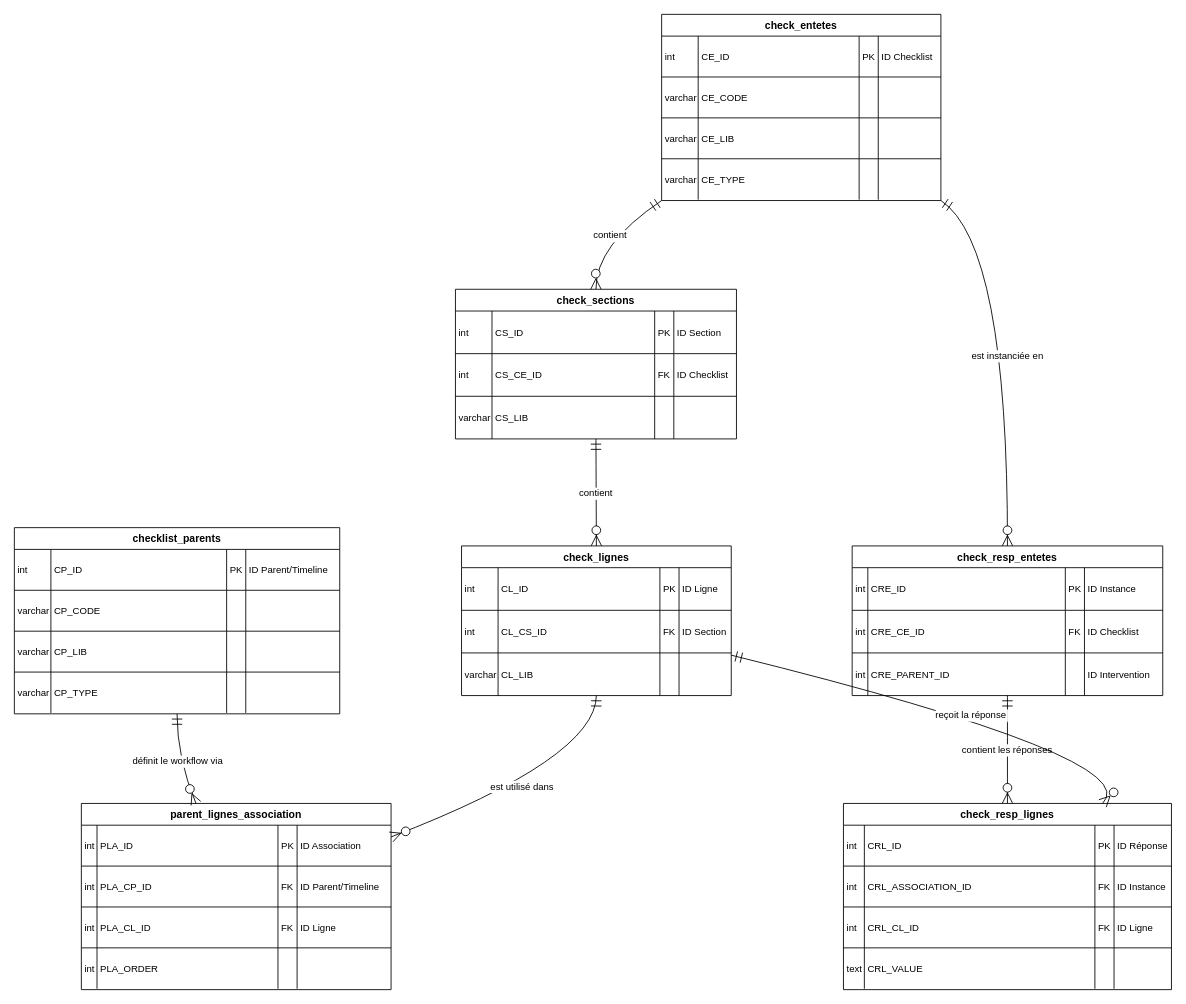
Earlier version of the draw.io diagram flux_parent_checklist.drawio (antikkorps/schema_checklist). Source tidied: cells renumbered, new cells numbered last; positions are measured from the earlier drawing's top-left corner, leaving out a move shared by most shapes. Both pictures are drawn from the tidied source at 87%, with x=0, y=0 at pixel (14, 14).
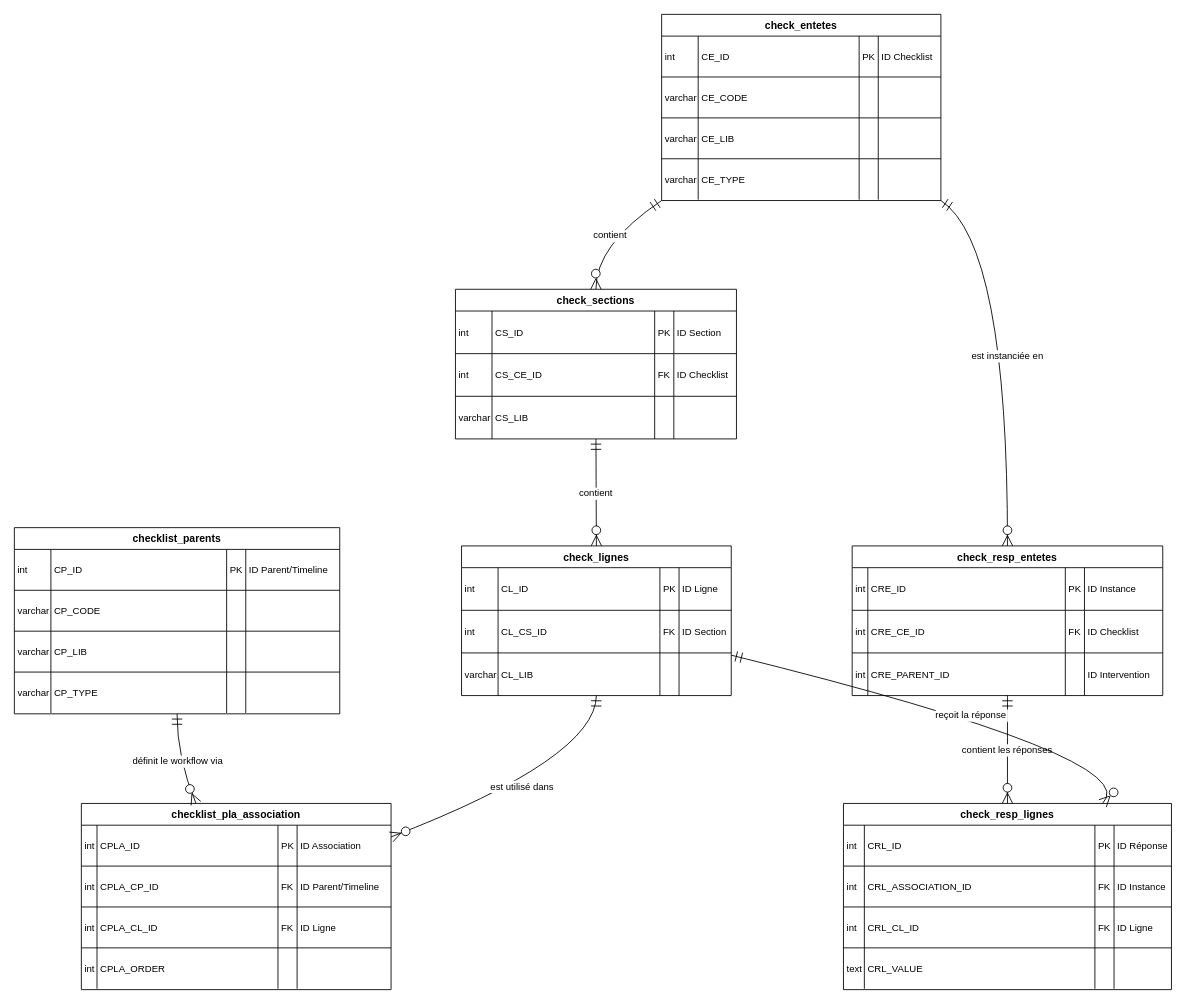
The same page after the edit.

Commit message (it also covers changes not shown here):
Mettre à jour flux_parent_checklist.drawio

The change refers to these unchanged cells:
```xml
<mxCell id="77" style="shape=tableRow;horizontal=0;startSize=0;swimlaneHead=0;swimlaneBody=0;fillColor=none;top=0;left=0;right=0;bottom=0;" parent="76" vertex="1">
  <mxGeometry y="25" width="356" height="47" as="geometry" />
</mxCell>
<mxCell id="82" style="shape=tableRow;horizontal=0;startSize=0;swimlaneHead=0;swimlaneBody=0;fillColor=none;top=0;left=0;right=0;bottom=0;" parent="76" vertex="1">
  <mxGeometry y="72" width="356" height="47" as="geometry" />
</mxCell>
<mxCell id="87" style="shape=tableRow;horizontal=0;startSize=0;swimlaneHead=0;swimlaneBody=0;fillColor=none;top=0;left=0;right=0;bottom=0;" parent="76" vertex="1">
  <mxGeometry y="119" width="356" height="47" as="geometry" />
</mxCell>
<mxCell id="92" style="shape=tableRow;horizontal=0;startSize=0;swimlaneHead=0;swimlaneBody=0;fillColor=none;top=0;left=0;right=0;bottom=0;" parent="76" vertex="1">
  <mxGeometry y="166" width="356" height="47" as="geometry" />
</mxCell>
```

What changed in the source:
```diff
@@
-    <mxCell id="76" value="parent_lignes_association" style="shape=table;startSize=25;childLayout=tableLayout;rowLines=1;fontStyle=1;align=center;" parent="1" vertex="1">
+    <mxCell id="76" value="checklist_pla_association" style="shape=table;startSize=25;childLayout=tableLayout;rowLines=1;fontStyle=1;align=center;" parent="1" vertex="1">
       <mxGeometry x="77" y="907" width="356" height="214" as="geometry" />
     </mxCell>
@@
-    <mxCell id="79" value="PLA_ID" style="shape=partialRectangle;fillColor=none;top=0;left=0;bottom=0;right=0;align=left;spacingLeft=2;overflow=hidden;fontSize=11;" parent="77" vertex="1">
+    <mxCell id="79" value="CPLA_ID" style="shape=partialRectangle;fillColor=none;top=0;left=0;bottom=0;right=0;align=left;spacingLeft=2;overflow=hidden;fontSize=11;" parent="77" vertex="1">
       <mxGeometry x="18" width="208" height="47" as="geometry" />
     </mxCell>
@@
-    <mxCell id="84" value="PLA_CP_ID" style="shape=partialRectangle;fillColor=none;top=0;left=0;bottom=0;right=0;align=left;spacingLeft=2;overflow=hidden;fontSize=11;" parent="82" vertex="1">
+    <mxCell id="84" value="CPLA_CP_ID" style="shape=partialRectangle;fillColor=none;top=0;left=0;bottom=0;right=0;align=left;spacingLeft=2;overflow=hidden;fontSize=11;" parent="82" vertex="1">
       <mxGeometry x="18" width="208" height="47" as="geometry" />
     </mxCell>
@@
-    <mxCell id="89" value="PLA_CL_ID" style="shape=partialRectangle;fillColor=none;top=0;left=0;bottom=0;right=0;align=left;spacingLeft=2;overflow=hidden;fontSize=11;" parent="87" vertex="1">
+    <mxCell id="89" value="CPLA_CL_ID" style="shape=partialRectangle;fillColor=none;top=0;left=0;bottom=0;right=0;align=left;spacingLeft=2;overflow=hidden;fontSize=11;" parent="87" vertex="1">
       <mxGeometry x="18" width="208" height="47" as="geometry" />
     </mxCell>
@@
-    <mxCell id="94" value="PLA_ORDER" style="shape=partialRectangle;fillColor=none;top=0;left=0;bottom=0;right=0;align=left;spacingLeft=2;overflow=hidden;fontSize=11;" parent="92" vertex="1">
+    <mxCell id="94" value="CPLA_ORDER" style="shape=partialRectangle;fillColor=none;top=0;left=0;bottom=0;right=0;align=left;spacingLeft=2;overflow=hidden;fontSize=11;" parent="92" vertex="1">
       <mxGeometry x="18" width="208" height="47" as="geometry" />
     </mxCell>
```
